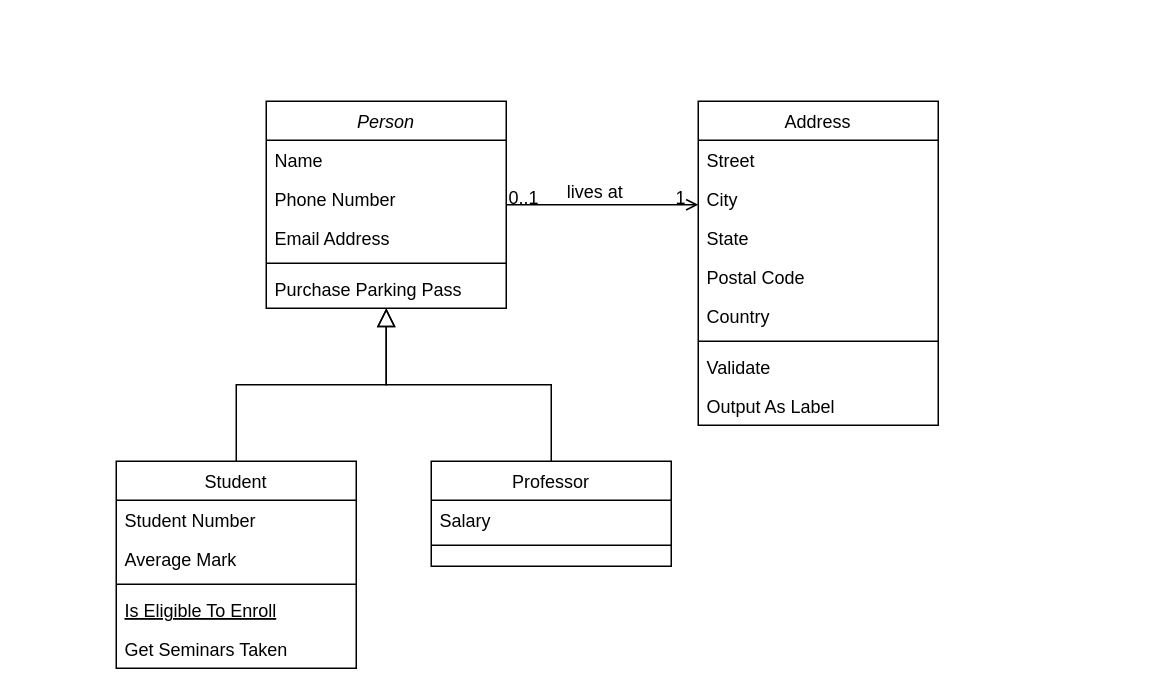
This is Untitled Diagram.drawio from jimmyjazz31/CSSFinalProject, a draw.io file, before an edit. Source tidied: cells renumbered, new cells numbered last; positions are measured from the earlier drawing's top-left corner, leaving out a move shared by most shapes. Both pictures are drawn from the tidied source at 150%, with x=0, y=0 at pixel (116, 100).
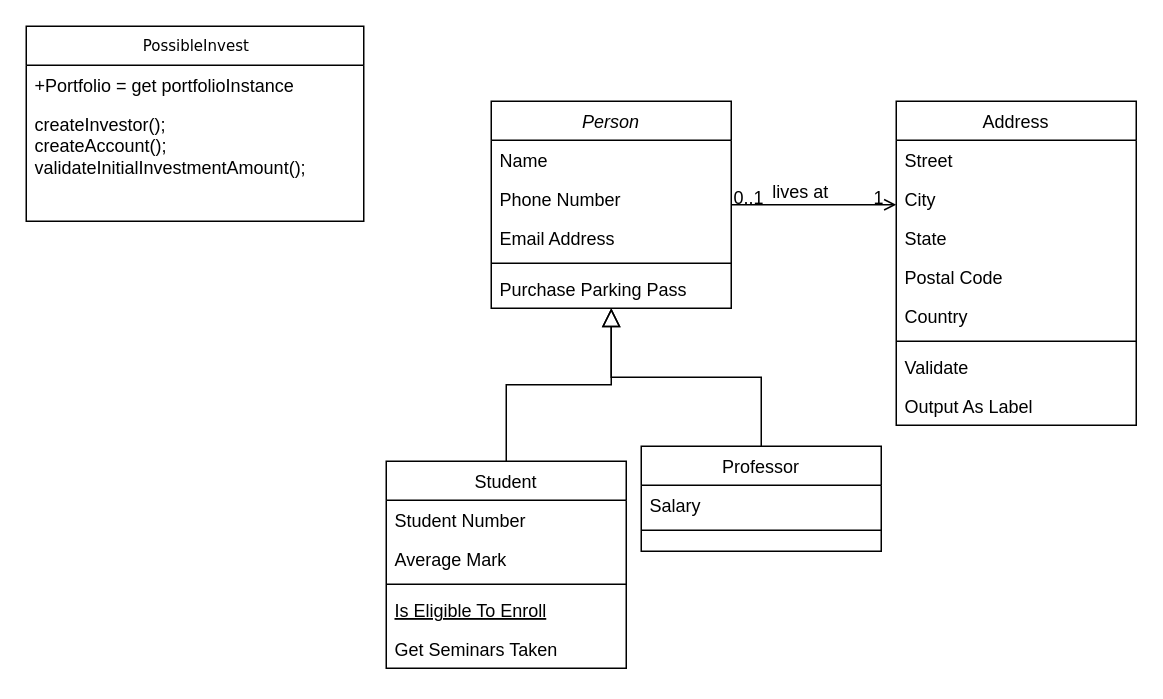
Above is the later version.

Diff of the diagram source:
```diff
@@
     <mxCell id="2" value="Person" style="swimlane;fontStyle=2;align=center;verticalAlign=top;horizontal=1;startSize=26;rounded=0;shadow=0;strokeWidth=1;" parent="1" vertex="1">
-      <mxGeometry x="100" width="160" height="138" as="geometry" />
+      <mxGeometry x="250" width="160" height="138" as="geometry" />
     </mxCell>
@@
     <mxCell id="8" value="Student" style="swimlane;fontStyle=0;align=center;verticalAlign=top;horizontal=1;startSize=26;rounded=0;shadow=0;strokeWidth=1;" parent="1" vertex="1">
-      <mxGeometry y="240" width="160" height="138" as="geometry" />
+      <mxGeometry x="180" y="240" width="160" height="138" as="geometry" />
     </mxCell>
@@
     <mxCell id="15" value="Professor" style="swimlane;fontStyle=0;align=center;verticalAlign=top;horizontal=1;startSize=26;rounded=0;shadow=0;strokeWidth=1;" parent="1" vertex="1">
-      <mxGeometry x="210" y="240" width="160" height="70" as="geometry" />
+      <mxGeometry x="350" y="230" width="160" height="70" as="geometry" />
     </mxCell>
@@
     <mxCell id="19" value="Address" style="swimlane;fontStyle=0;align=center;verticalAlign=top;horizontal=1;startSize=26;rounded=0;shadow=0;strokeWidth=1;" parent="1" vertex="1">
-      <mxGeometry x="388" width="160" height="216" as="geometry" />
+      <mxGeometry x="520" width="160" height="216" as="geometry" />
     </mxCell>
@@
+    <mxCell id="32" value="PossibleInvest" style="swimlane;html=1;fontStyle=0;horizontal=1;startSize=26;fillColor=none;swimlaneFillColor=#ffffff;rounded=0;shadow=0;comic=0;labelBackgroundColor=none;strokeWidth=1;fontFamily=Verdana;fontSize=10;align=center;" parent="1" vertex="1">
+      <mxGeometry x="-60" y="-50" width="225" height="130" as="geometry" />
+    </mxCell>
+    <mxCell id="33" value="+Portfolio = get portfolioInstance" style="text;html=1;strokeColor=none;fillColor=none;align=left;verticalAlign=top;spacingLeft=4;spacingRight=4;whiteSpace=wrap;overflow=hidden;" parent="32" vertex="1">
+      <mxGeometry y="26" width="225" height="26" as="geometry" />
+    </mxCell>
+    <mxCell id="34" value="createInvestor();&lt;div&gt;createAccount();&lt;/div&gt;&lt;div&gt;validateInitialInvestmentAmount();&lt;/div&gt;" style="text;html=1;strokeColor=none;fillColor=none;align=left;verticalAlign=top;spacingLeft=4;spacingRight=4;whiteSpace=wrap;overflow=hidden;" parent="32" vertex="1">
+      <mxGeometry y="52" width="225" height="48" as="geometry" />
+    </mxCell>
```
